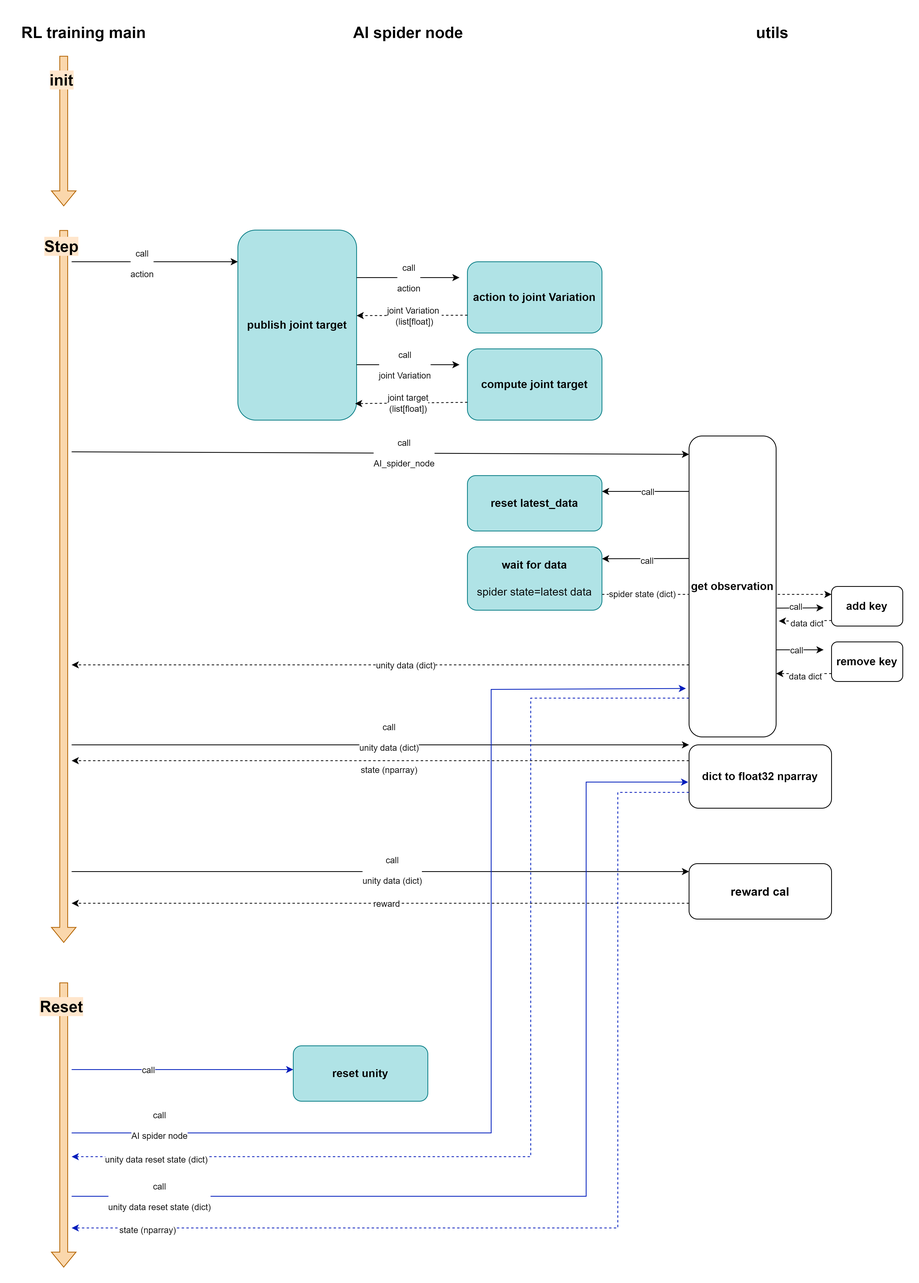
siangting/pros_ai_spider keeps this draw.io diagram as diagram/RL training main.drawio.png. Above is the earlier version. Source tidied: cells renumbered, new cells last; positions are measured from the earlier drawing's top-left corner, leaving out a move shared by most shapes.
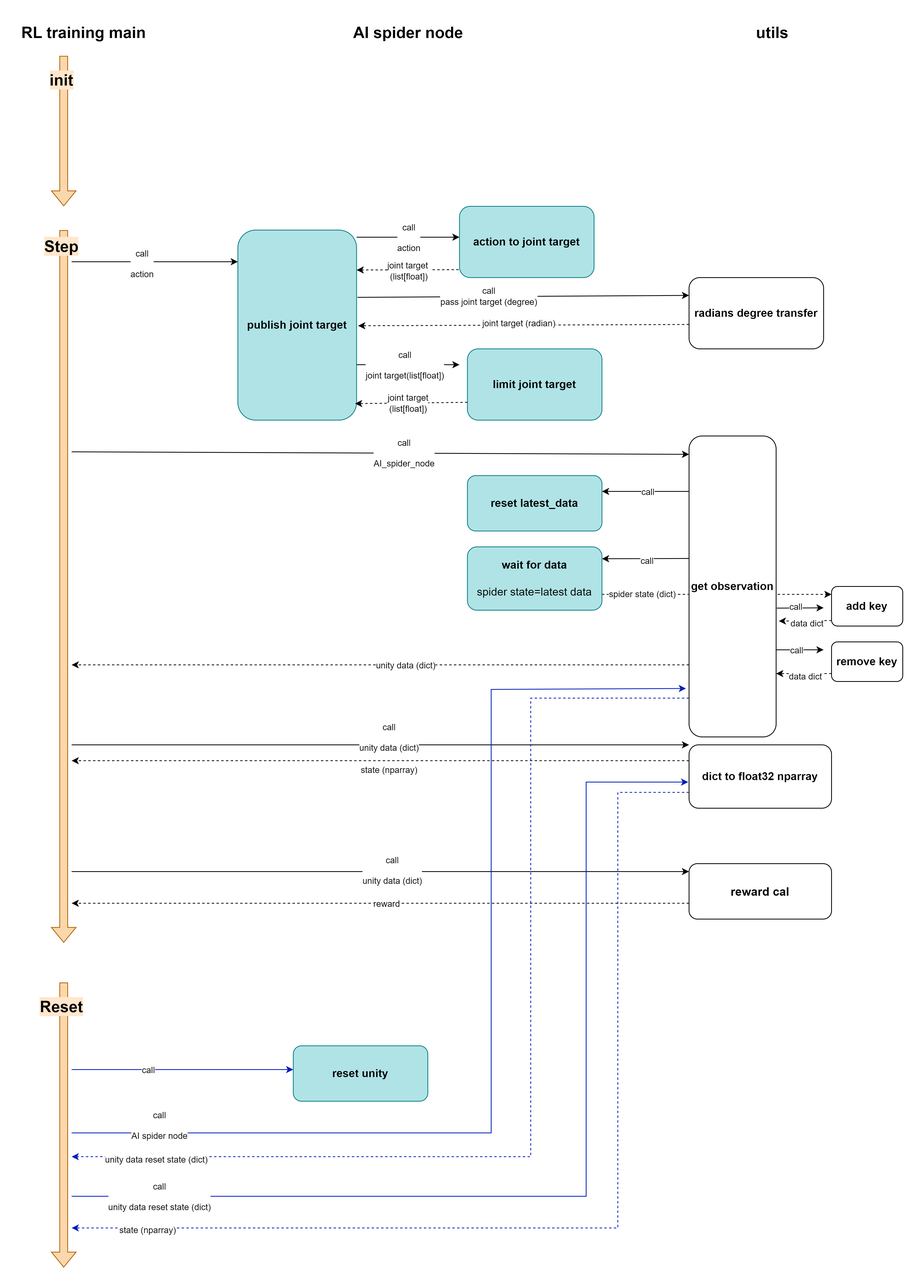
Later version of the same file.

Commit message:
[DOCS] Revise publish joint target flow.

1. Revise publish_joint_target function flow in RL training main
   diagram.

What changed in the source:
```diff
@@ -30,9 +30,10 @@
     <mxCell id="8" value="publish joint target" style="rounded=1;whiteSpace=wrap;html=1;fontStyle=1;fontSize=14;fillColor=#b0e3e6;strokeColor=#0e8088;" parent="1" vertex="1">
       <mxGeometry x="280" y="270" width="150" height="240" as="geometry" />
     </mxCell>
-    <mxCell id="9" style="endArrow=classic;html=1;rounded=0;exitX=1;exitY=0.25;exitDx=0;exitDy=0;" parent="1" edge="1" source="8">
+    <mxCell id="9" style="endArrow=classic;html=1;rounded=0;exitX=1;exitY=0.25;exitDx=0;exitDy=0;" parent="1" edge="1">
       <mxGeometry relative="1" as="geometry">
-        <mxPoint x="560" y="330" as="targetPoint" />
+        <mxPoint x="430" y="279" as="sourcePoint" />
+        <mxPoint x="560" y="279" as="targetPoint" />
       </mxGeometry>
     </mxCell>
     <mxCell id="10" value="&lt;div&gt;call&lt;/div&gt;&lt;div&gt;&lt;br&gt;&lt;/div&gt;&lt;div&gt;action&lt;br&gt;&lt;/div&gt;" style="edgeLabel;html=1;align=center;verticalAlign=middle;" parent="9" vertex="1">
@@ -40,18 +41,19 @@
         <mxPoint x="11" y="-3" as="offset" />
       </mxGeometry>
     </mxCell>
-    <mxCell id="11" value="action to joint Variation" style="rounded=1;whiteSpace=wrap;html=1;fontSize=14;fontStyle=1;fillColor=#b0e3e6;strokeColor=#0e8088;" parent="1" vertex="1">
-      <mxGeometry x="570" y="310" width="170" height="90" as="geometry" />
+    <mxCell id="11" value="action to joint target" style="rounded=1;whiteSpace=wrap;html=1;fontSize=14;fontStyle=1;fillColor=#b0e3e6;strokeColor=#0e8088;" parent="1" vertex="1">
+      <mxGeometry x="560" y="240" width="170" height="90" as="geometry" />
     </mxCell>
-    <mxCell id="12" style="endArrow=classic;html=1;rounded=0;exitX=0;exitY=0.75;exitDx=0;exitDy=0;dashed=1;" parent="1" edge="1" source="11">
+    <mxCell id="12" style="endArrow=classic;html=1;rounded=0;exitX=0;exitY=0.75;exitDx=0;exitDy=0;dashed=1;entryX=1.007;entryY=0.158;entryDx=0;entryDy=0;entryPerimeter=0;" parent="1" edge="1">
       <mxGeometry relative="1" as="geometry">
-        <mxPoint x="430" y="378" as="targetPoint" />
+        <mxPoint x="559" y="320" as="sourcePoint" />
+        <mxPoint x="430" y="320.4" as="targetPoint" />
       </mxGeometry>
     </mxCell>
-    <mxCell id="13" value="joint Variation&amp;nbsp;&lt;div&gt;(list[float])&lt;/div&gt;" style="edgeLabel;html=1;align=center;verticalAlign=middle;" parent="12" vertex="1">
+    <mxCell id="13" value="joint target&amp;nbsp;&lt;div&gt;(list[float])&lt;/div&gt;" style="edgeLabel;html=1;align=center;verticalAlign=middle;" parent="12" vertex="1">
       <mxGeometry x="-0.02" y="1" relative="1" as="geometry" />
     </mxCell>
-    <mxCell id="14" value="compute joint target" style="rounded=1;whiteSpace=wrap;html=1;fontSize=14;fontStyle=1;fillColor=#b0e3e6;strokeColor=#0e8088;" parent="1" vertex="1">
+    <mxCell id="14" value="limit joint target" style="rounded=1;whiteSpace=wrap;html=1;fontSize=14;fontStyle=1;fillColor=#b0e3e6;strokeColor=#0e8088;" parent="1" vertex="1">
       <mxGeometry x="570" y="420" width="170" height="90" as="geometry" />
     </mxCell>
     <mxCell id="15" style="endArrow=classic;html=1;rounded=0;exitX=1;exitY=0.25;exitDx=0;exitDy=0;" parent="1" edge="1">
@@ -60,7 +62,7 @@
         <mxPoint x="560" y="440" as="targetPoint" />
       </mxGeometry>
     </mxCell>
-    <mxCell id="16" value="&lt;div&gt;call&lt;/div&gt;&lt;div&gt;&lt;br&gt;&lt;/div&gt;&lt;div&gt;joint Variation&lt;/div&gt;" style="edgeLabel;html=1;align=center;verticalAlign=middle;" parent="15" vertex="1">
+    <mxCell id="16" value="&lt;div&gt;call&lt;/div&gt;&lt;div&gt;&lt;br&gt;&lt;/div&gt;&lt;div&gt;joint target(list[float])&lt;/div&gt;" style="edgeLabel;html=1;align=center;verticalAlign=middle;" parent="15" vertex="1">
       <mxGeometry x="-0.17" y="-3" relative="1" as="geometry">
         <mxPoint x="6" y="-3" as="offset" />
       </mxGeometry>
@@ -299,5 +301,23 @@
     <mxCell id="66" value="state (nparray)" style="edgeLabel;html=1;align=center;verticalAlign=middle;" parent="65" vertex="1">
       <mxGeometry x="0.86" y="2" relative="1" as="geometry" />
     </mxCell>
+    <mxCell id="67" value="radians degree transfer" style="rounded=1;whiteSpace=wrap;html=1;fontSize=14;fontStyle=1;" parent="1" vertex="1">
+      <mxGeometry x="850" y="330" width="170" height="90" as="geometry" />
+    </mxCell>
+    <mxCell id="68" style="endArrow=classic;html=1;rounded=0;exitX=1.007;exitY=0.354;exitDx=0;exitDy=0;exitPerimeter=0;entryX=0;entryY=0.25;entryDx=0;entryDy=0;" parent="1" edge="1" source="8" target="67">
+      <mxGeometry relative="1" as="geometry" />
+    </mxCell>
+    <mxCell id="69" value="call&lt;div&gt;pass joint target (degree)&lt;/div&gt;" style="edgeLabel;html=1;align=center;verticalAlign=middle;" parent="68" vertex="1">
+      <mxGeometry x="-0.21" relative="1" as="geometry" />
+    </mxCell>
+    <mxCell id="70" style="endArrow=classic;html=1;rounded=0;exitX=0;exitY=0.75;exitDx=0;exitDy=0;entryX=1.013;entryY=0.538;entryDx=0;entryDy=0;entryPerimeter=0;dashed=1;" parent="1" edge="1">
+      <mxGeometry relative="1" as="geometry">
+        <mxPoint x="850" y="389.2" as="sourcePoint" />
+        <mxPoint x="432" y="390.8" as="targetPoint" />
+      </mxGeometry>
+    </mxCell>
+    <mxCell id="71" value="joint target (radian)" style="edgeLabel;html=1;align=center;verticalAlign=middle;" parent="70" vertex="1">
+      <mxGeometry x="0.03" y="-3" relative="1" as="geometry" />
+    </mxCell>
   </root>
 </mxGraphModel>
```
